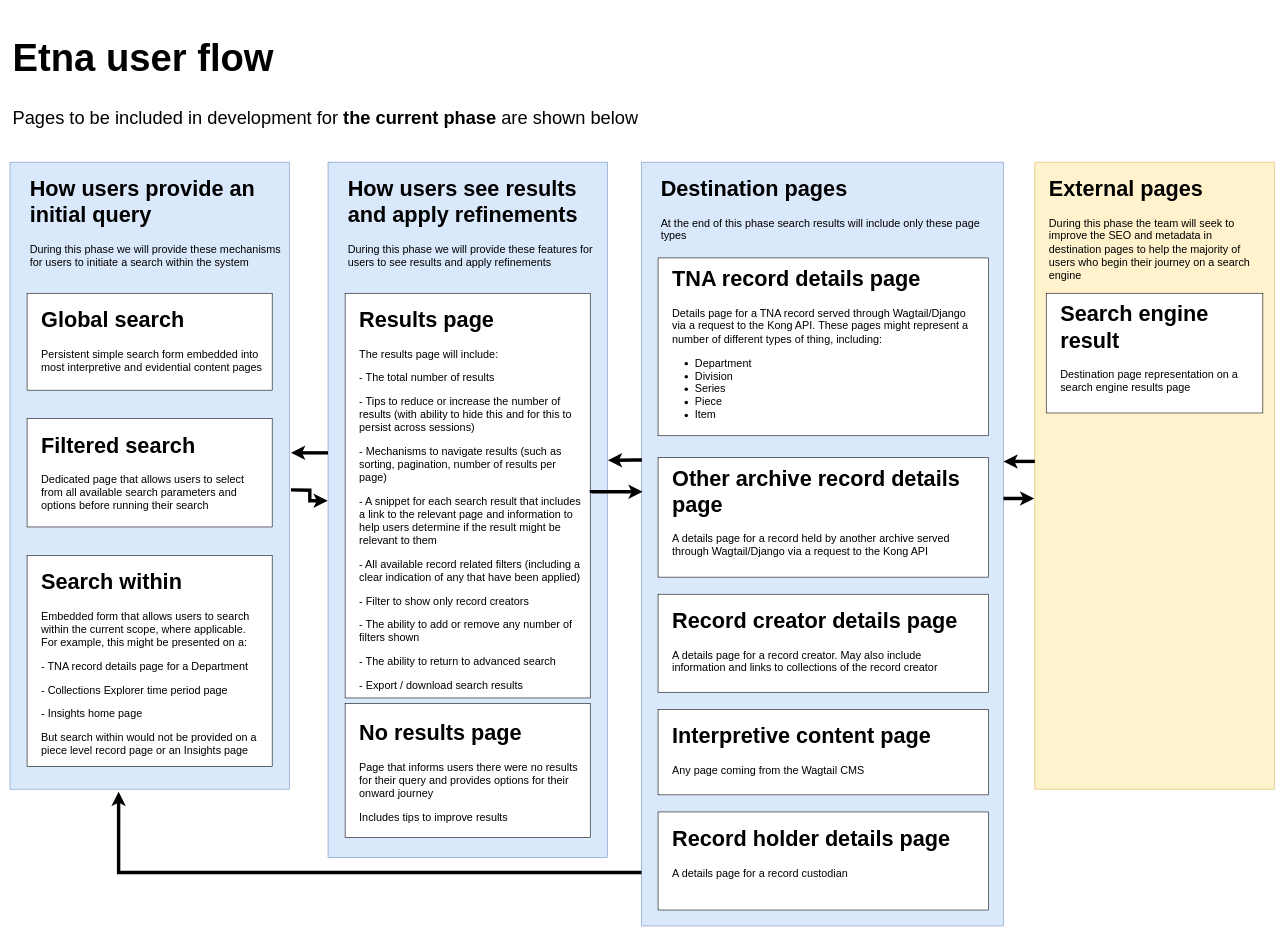
Above: Iterations/0.0.2/0.0.2.drawio.xml in nationalarchives/ds-etna-search-plan (draw.io), before the change. Source tidied: cells renumbered, new cells numbered last; positions are measured from the earlier drawing's top-left corner, leaving out a move shared by most shapes. Both pictures are drawn from the tidied source at 57%, with x=0, y=0 at pixel (10, 15).
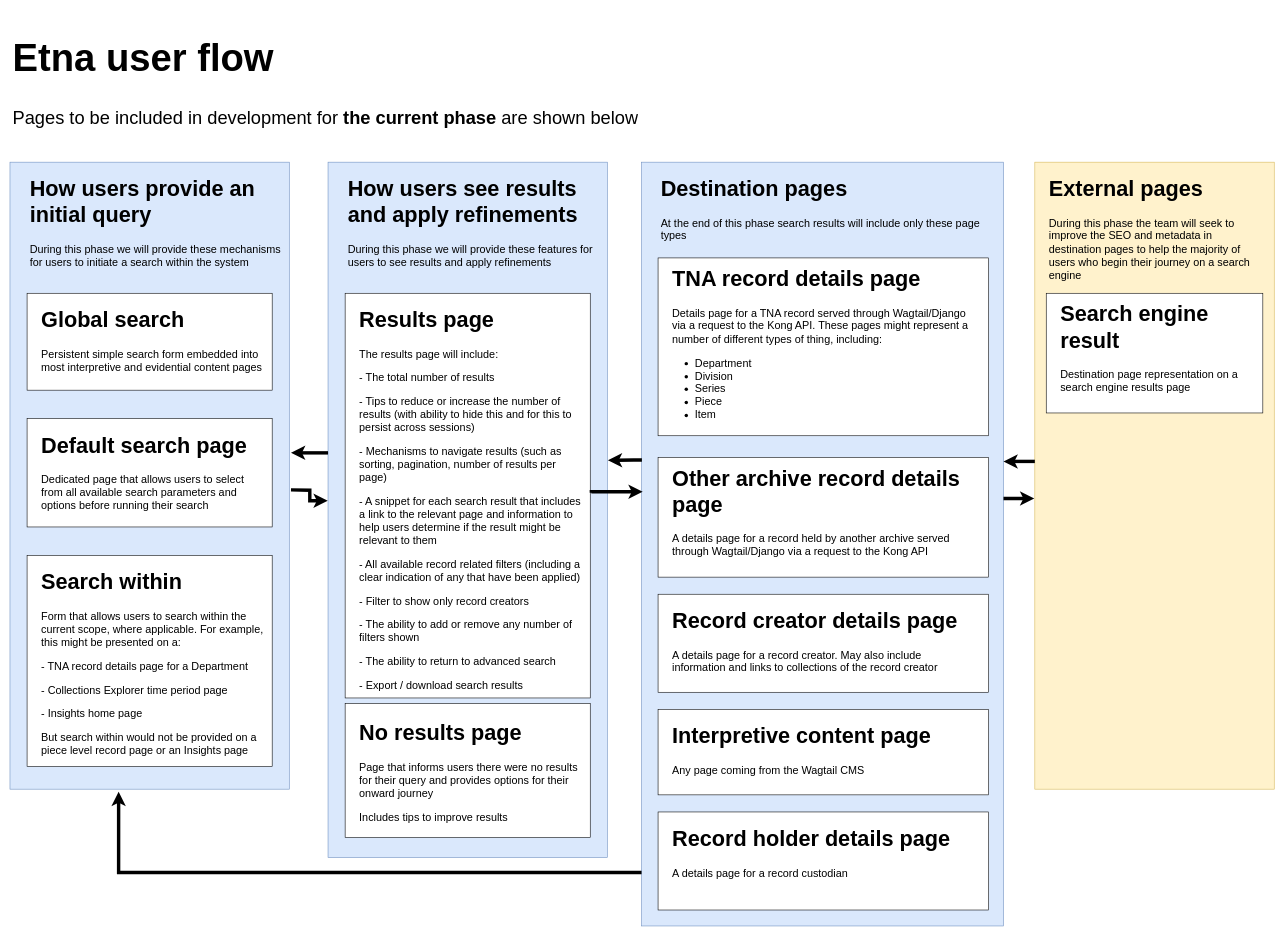
The same page after the edit.

Change to the diagram source:
```diff
@@
-    <mxCell id="10" value="&lt;h1&gt;Filtered search&lt;/h1&gt;&lt;p&gt;Dedicated page that allows users to select from all available search parameters and options before running their search&amp;nbsp;&lt;/p&gt;" style="text;html=1;strokeColor=none;fillColor=none;spacing=5;spacingTop=-20;whiteSpace=wrap;overflow=hidden;rounded=0;fontSize=19;" parent="1" vertex="1">
+    <mxCell id="10" value="&lt;h1&gt;Default search page&lt;/h1&gt;&lt;p&gt;Dedicated page that allows users to select from all available search parameters and options before running their search&amp;nbsp;&lt;/p&gt;" style="text;html=1;strokeColor=none;fillColor=none;spacing=5;spacingTop=-20;whiteSpace=wrap;overflow=hidden;rounded=0;fontSize=19;" parent="1" vertex="1">
       <mxGeometry x="50" y="717" width="400" height="200" as="geometry" />
     </mxCell>
@@
-    <mxCell id="12" value="&lt;h1&gt;Search within&lt;/h1&gt;&lt;p&gt;Embedded form that allows users to search within the current scope, where applicable. For example, this might be presented on a:&lt;/p&gt;&lt;p&gt;- TNA record details page for a Department&lt;/p&gt;&lt;p&gt;- Collections Explorer time period page&lt;/p&gt;&lt;p&gt;- Insights home page&lt;/p&gt;&lt;p&gt;But search within would not be provided on a piece level record page or an Insights page&lt;/p&gt;" style="text;html=1;strokeColor=none;fillColor=none;spacing=5;spacingTop=-20;whiteSpace=wrap;overflow=hidden;rounded=0;fontSize=19;" parent="1" vertex="1">
+    <mxCell id="12" value="&lt;h1&gt;Search within&lt;/h1&gt;&lt;p&gt;Form that allows users to search within the current scope, where applicable. For example, this might be presented on a:&lt;/p&gt;&lt;p&gt;- TNA record details page for a Department&lt;/p&gt;&lt;p&gt;- Collections Explorer time period page&lt;/p&gt;&lt;p&gt;- Insights home page&lt;/p&gt;&lt;p&gt;But search within would not be provided on a piece level record page or an Insights page&lt;/p&gt;" style="text;html=1;strokeColor=none;fillColor=none;spacing=5;spacingTop=-20;whiteSpace=wrap;overflow=hidden;rounded=0;fontSize=19;" parent="1" vertex="1">
       <mxGeometry x="50" y="957" width="400" height="360" as="geometry" />
     </mxCell>
```
